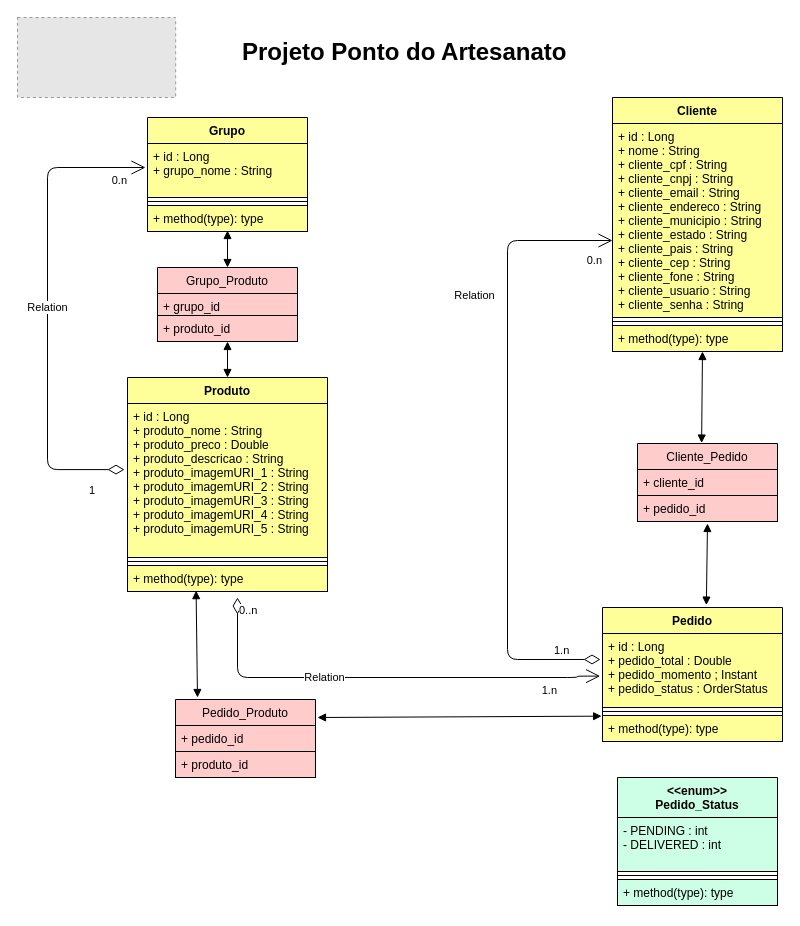
Earlier version of the draw.io diagram Documentação/Diagrama Ponto do Artesanato.drawio (OrestesAraujo-Star/ponto-do-artesanato). Source tidied: cells renumbered, new cells numbered last; positions are measured from the earlier drawing's top-left corner, leaving out a move shared by most shapes. Both pictures are drawn from the tidied source at 100%, with x=0, y=0 at pixel (17, 17). Pictures stored in the file or linked from it are replaced by grey dashed boxes.
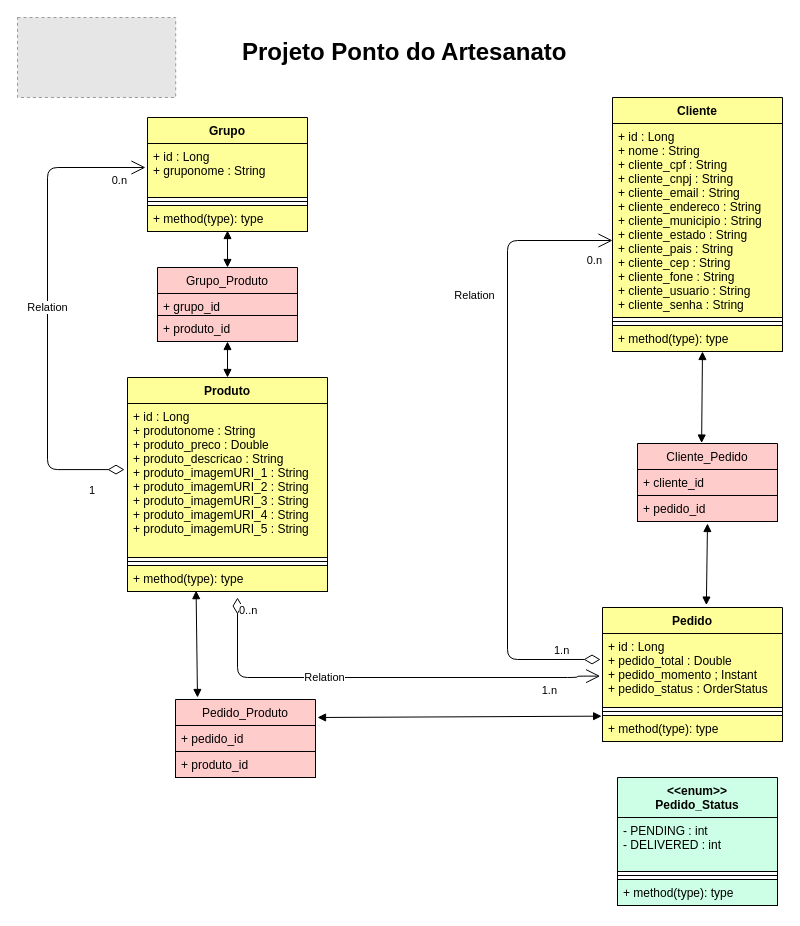
Above is the later version.

Unchanged cells that the change refers to:
```xml
<mxCell id="7" value="Produto" style="swimlane;fontStyle=1;align=center;verticalAlign=top;horizontal=1;startSize=26;fillColor=#FFFF99;" parent="1" vertex="1">
  <mxGeometry x="110" y="360" width="200" height="214" as="geometry" />
</mxCell>
<mxCell id="27" value="Grupo" style="swimlane;fontStyle=1;align=center;verticalAlign=top;horizontal=1;startSize=26;fillColor=#FFFF99;" parent="1" vertex="1">
  <mxGeometry x="130" y="100" width="160" height="114" as="geometry" />
</mxCell>
```

The edit, as a diff of the source:
```diff
@@
-    <mxCell id="8" value="+ id : Long&#10;+ produto_nome : String&#10;+ produto_preco : Double&#10;+ produto_descricao : String&#10;+ produto_imagemURI_1 : String&#10;+ produto_imagemURI_2 : String&#10;+ produto_imagemURI_3 : String&#10;+ produto_imagemURI_4 : String&#10;+ produto_imagemURI_5 : String&#10;&#10;" style="text;fillColor=#FFFF99;align=left;verticalAlign=top;spacingLeft=4;spacingRight=4;overflow=hidden;strokeColor=#000000;" parent="7" vertex="1">
+    <mxCell id="8" value="+ id : Long&#10;+ produtonome : String&#10;+ produto_preco : Double&#10;+ produto_descricao : String&#10;+ produto_imagemURI_1 : String&#10;+ produto_imagemURI_2 : String&#10;+ produto_imagemURI_3 : String&#10;+ produto_imagemURI_4 : String&#10;+ produto_imagemURI_5 : String&#10;&#10;" style="text;fillColor=#FFFF99;align=left;verticalAlign=top;spacingLeft=4;spacingRight=4;overflow=hidden;strokeColor=#000000;" parent="7" vertex="1">
       <mxGeometry y="26" width="200" height="154" as="geometry" />
     </mxCell>
@@
-    <mxCell id="28" value="+ id : Long&#10;+ grupo_nome : String" style="text;align=left;verticalAlign=top;spacingLeft=4;spacingRight=4;overflow=hidden;fillColor=#FFFF99;strokeColor=#000000;" parent="27" vertex="1">
+    <mxCell id="28" value="+ id : Long&#10;+ gruponome : String" style="text;align=left;verticalAlign=top;spacingLeft=4;spacingRight=4;overflow=hidden;fillColor=#FFFF99;strokeColor=#000000;" parent="27" vertex="1">
       <mxGeometry y="26" width="160" height="54" as="geometry" />
     </mxCell>
```
